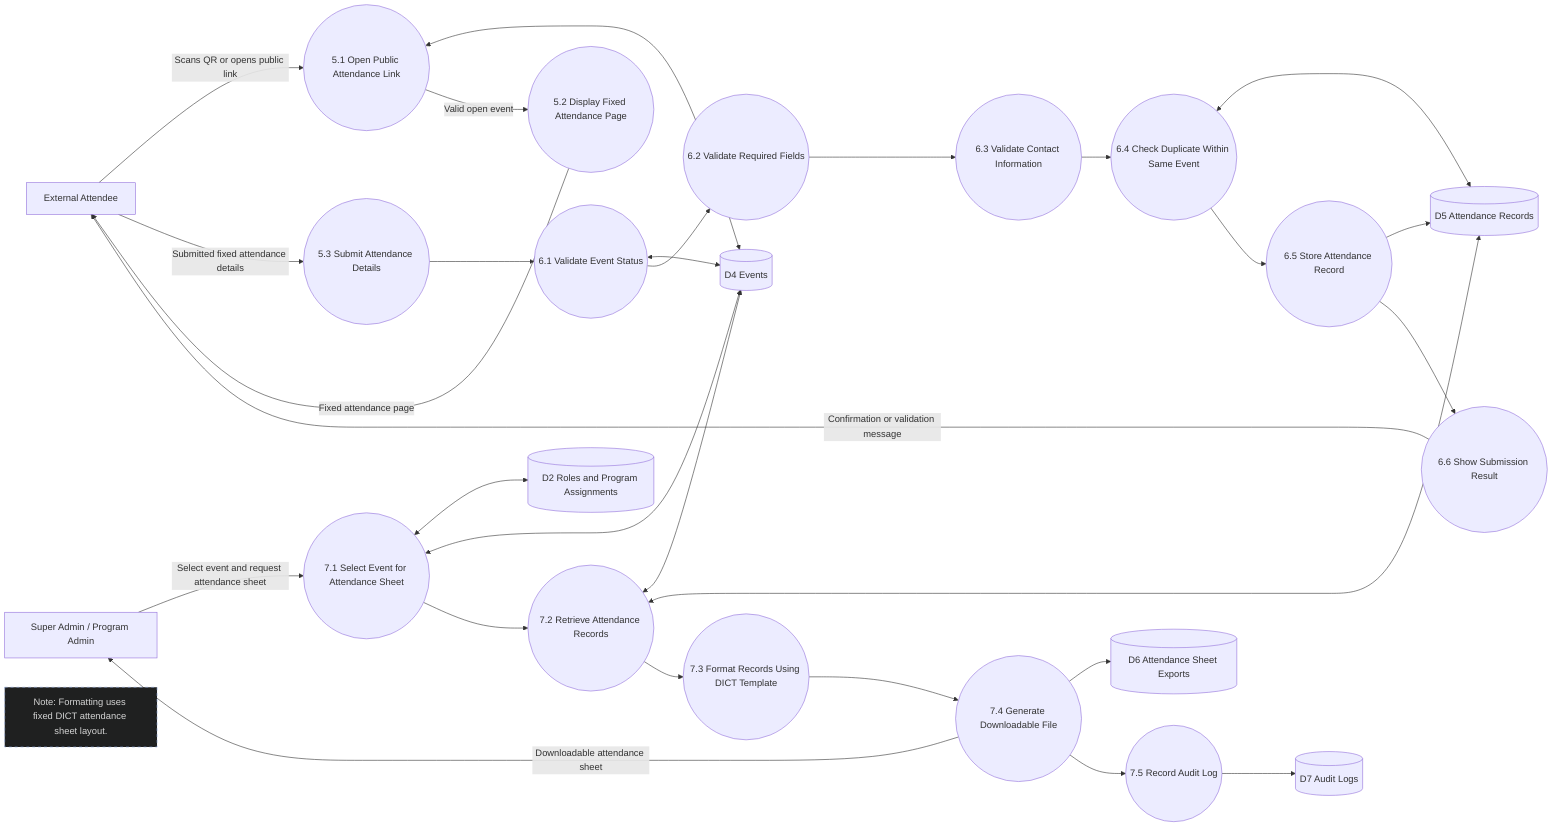
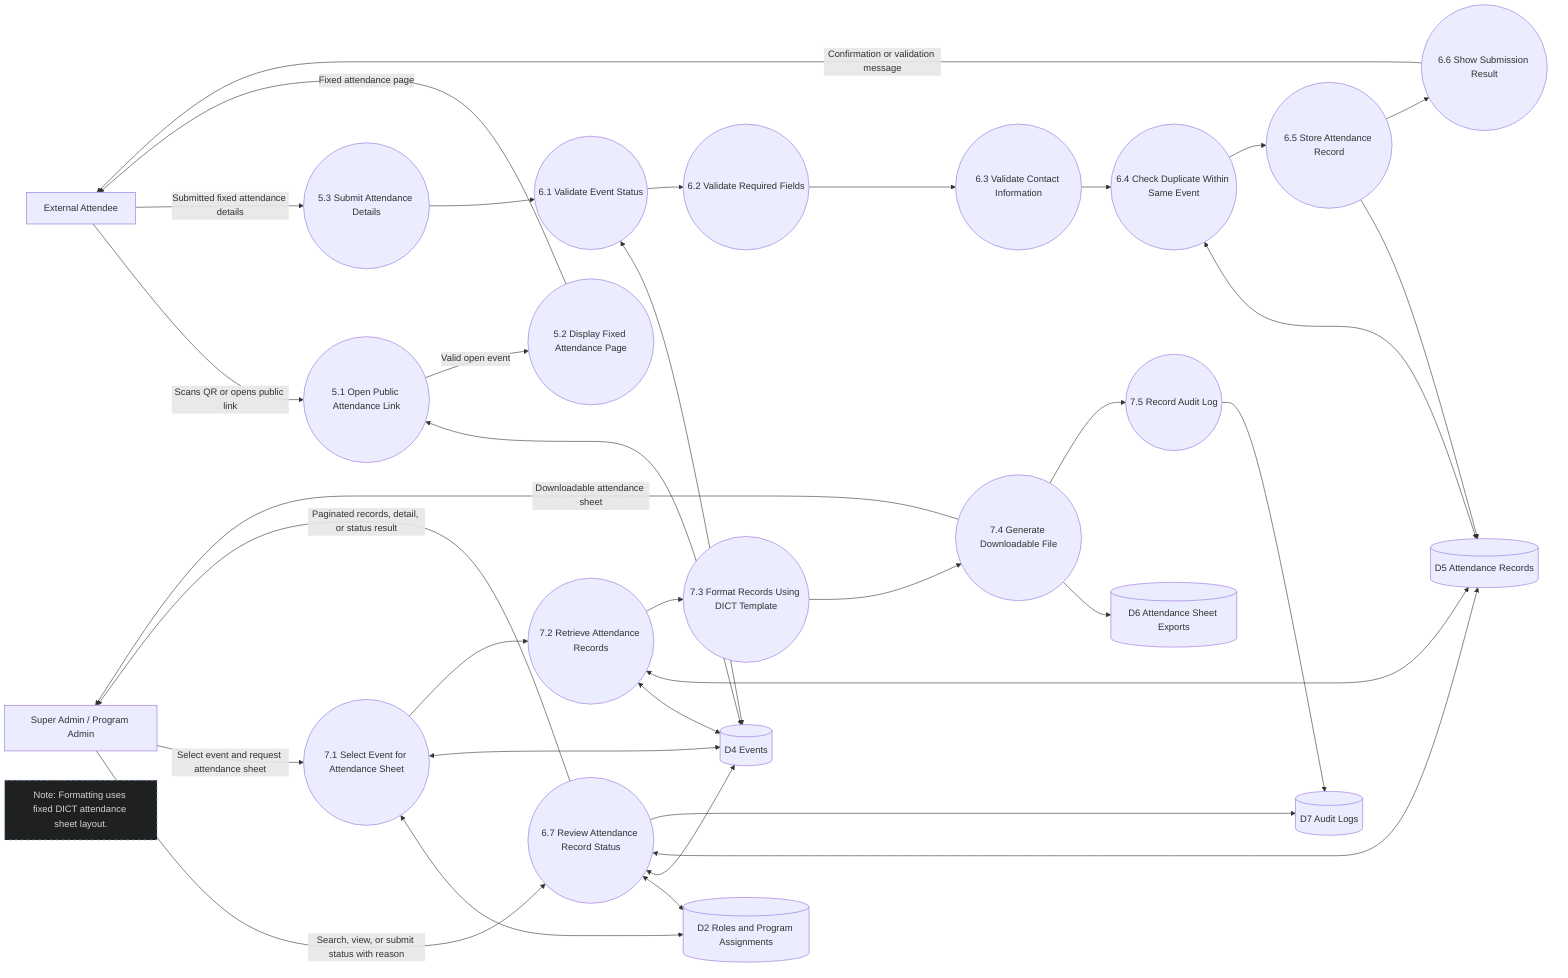
flowchart LR
  attendee[External Attendee]
  admin[Super Admin / Program Admin]
  note_template["Note: Formatting uses fixed DICT attendance sheet layout."]

  p51((5.1 Open Public Attendance Link))
  p52((5.2 Display Fixed Attendance Page))
  p53((5.3 Submit Attendance Details))
  p61((6.1 Validate Event Status))
  p62((6.2 Validate Required Fields))
  p63((6.3 Validate Contact Information))
  p64((6.4 Check Duplicate Within Same Event))
  p65((6.5 Store Attendance Record))
  p66((6.6 Show Submission Result))
+   p67((6.7 Review Attendance Record Status))
  p71((7.1 Select Event for Attendance Sheet))
  p72((7.2 Retrieve Attendance Records))
  p73((7.3 Format Records Using DICT Template))
  p74((7.4 Generate Downloadable File))
  p75((7.5 Record Audit Log))

  d2[(D2 Roles and Program Assignments)]
  d4[(D4 Events)]
  d5[(D5 Attendance Records)]
  d6[(D6 Attendance Sheet Exports)]
  d7[(D7 Audit Logs)]

  attendee -->|Scans QR or opens public link| p51
  p51 <--> d4
  p51 -->|Valid open event| p52
  p52 -->|Fixed attendance page| attendee
  attendee -->|Submitted fixed attendance details| p53
  p53 --> p61
  p61 <--> d4
  p61 --> p62
  p62 --> p63
  p63 --> p64
  p64 <--> d5
  p64 --> p65
  p65 --> d5
  p65 --> p66
  p66 -->|Confirmation or validation message| attendee

+   admin -->|Search, view, or submit status with reason| p67
+   p67 <--> d2
+   p67 <--> d4
+   p67 <--> d5
+   p67 --> d7
+   p67 -->|Paginated records, detail, or status result| admin
+ 
  admin -->|Select event and request attendance sheet| p71
  p71 <--> d2
  p71 <--> d4
  p71 --> p72
  p72 <--> d4
  p72 <--> d5
  p72 --> p73
  p73 --> p74
  p74 --> d6
  p74 -->|Downloadable attendance sheet| admin
  p74 --> p75
  p75 --> d7

  classDef note fill:#1f2020,stroke:#8CA6DB,color:#d4d4d4,stroke-dasharray: 5 5
  class note_template note
